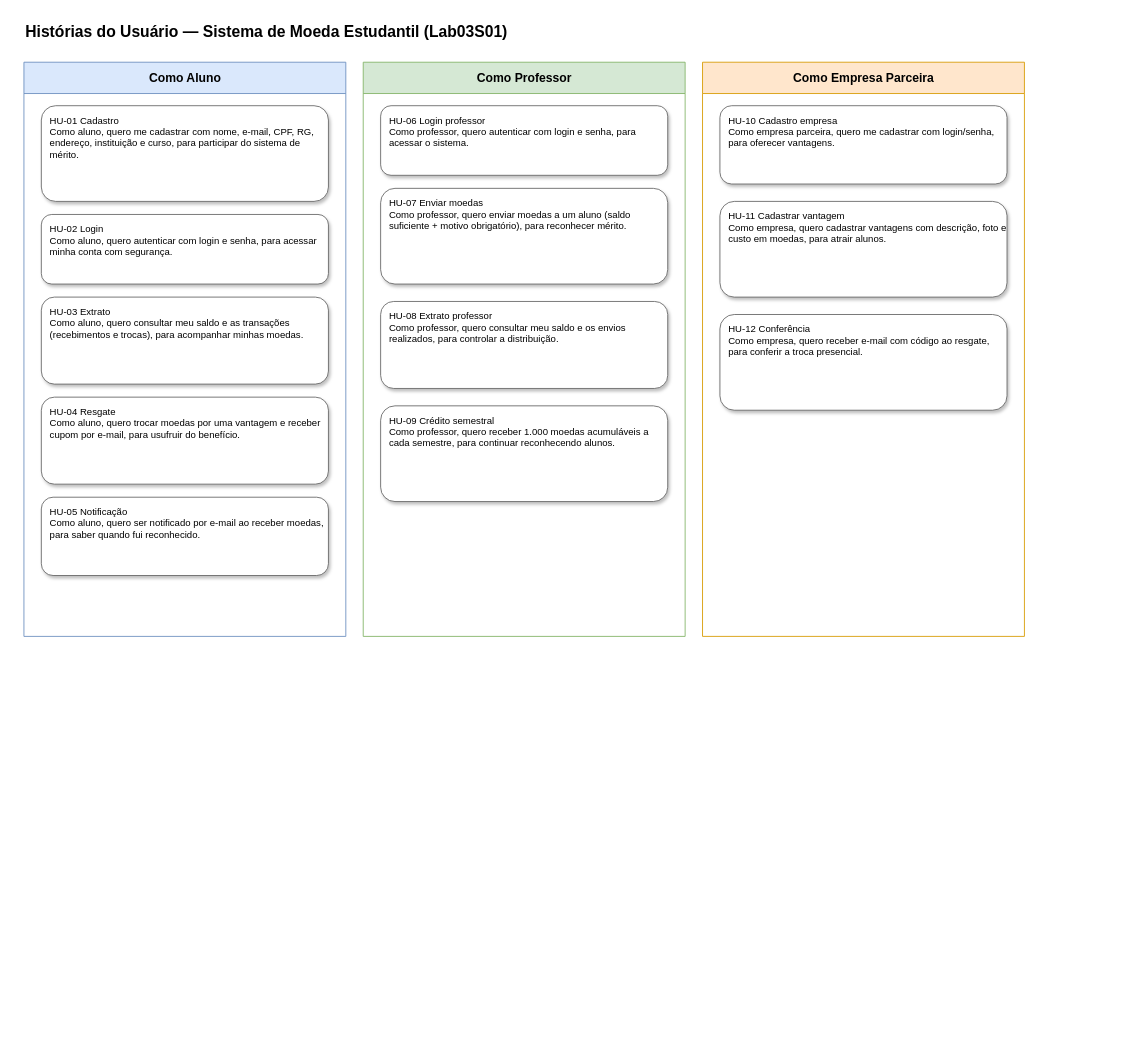
Earlier version of the draw.io diagram Diagramas/05-historias-do-usuario.drawio (Kennykiller36/Sistema-de-Moeda-Estudantil). Source tidied: cells renumbered, new cells numbered last; positions are measured from the earlier drawing's top-left corner, leaving out a move shared by most shapes. Both pictures are drawn from the tidied source at 87%, with x=0, y=0 at pixel (23, 18).
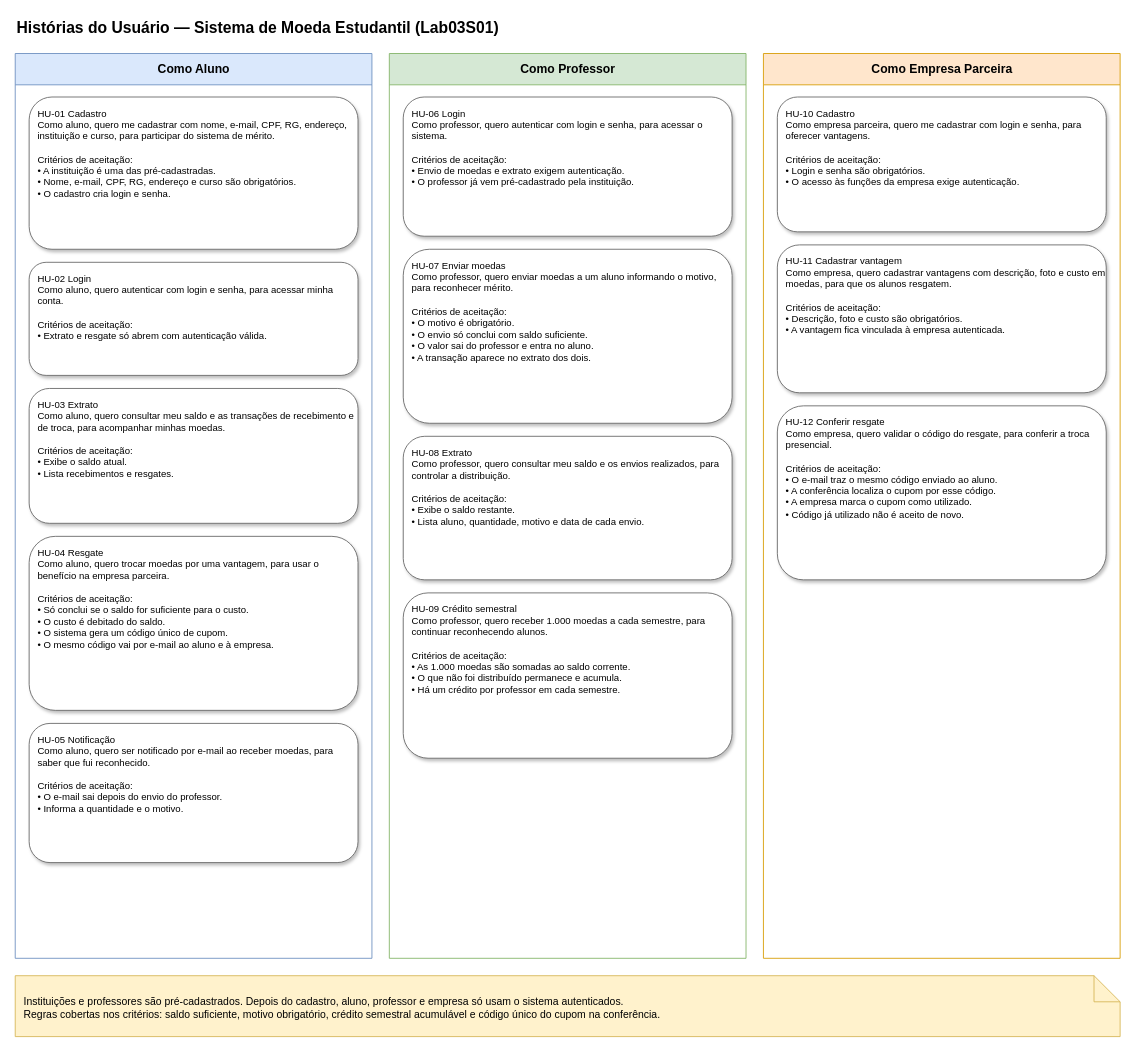
The same page after the edit.

Change to the diagram source:
```diff
@@
 <mxGraphModel>
   <root>
     <mxCell id="0" />
     <mxCell id="1" parent="0" />
     <mxCell id="2" value="Histórias do Usuário — Sistema de Moeda Estudantil (Lab03S01)" style="text;html=1;fontSize=18;fontStyle=1;align=left;verticalAlign=middle;" parent="1" vertex="1">
-      <mxGeometry width="900" height="30" as="geometry" />
+      <mxGeometry x="-10" y="-4" width="900" height="30" as="geometry" />
     </mxCell>
     <mxCell id="3" value="Como Aluno" style="swimlane;startSize=36;fillColor=#dae8fc;strokeColor=#6c8ebf;fontStyle=1;fontSize=14;html=1;" parent="1" vertex="1">
-      <mxGeometry y="50" width="370" height="660" as="geometry" />
+      <mxGeometry x="-10" y="40" width="410" height="1040" as="geometry" />
     </mxCell>
     <mxCell id="4" value="Como Professor" style="swimlane;startSize=36;fillColor=#d5e8d4;strokeColor=#82b366;fontStyle=1;fontSize=14;html=1;" parent="1" vertex="1">
-      <mxGeometry x="390" y="50" width="370" height="660" as="geometry" />
+      <mxGeometry x="420" y="40" width="410" height="1040" as="geometry" />
     </mxCell>
     <mxCell id="5" value="Como Empresa Parceira" style="swimlane;startSize=36;fillColor=#ffe6cc;strokeColor=#d79b00;fontStyle=1;fontSize=14;html=1;" parent="1" vertex="1">
-      <mxGeometry x="780" y="50" width="370" height="660" as="geometry" />
+      <mxGeometry x="850" y="40" width="410" height="1040" as="geometry" />
     </mxCell>
-    <mxCell id="6" value="HU-01 Cadastro&#10;Como aluno, quero me cadastrar com nome, e-mail, CPF, RG, endereço, instituição e curso, para participar do sistema de mérito." style="rounded=1;whiteSpace=wrap;html=1;align=left;verticalAlign=top;spacingLeft=8;spacingTop=4;fillColor=#ffffff;strokeColor=#666666;fontSize=11;shadow=1;" parent="3" vertex="1">
-      <mxGeometry x="20" y="50" width="330" height="110" as="geometry" />
+    <mxCell id="6" value="HU-01 Cadastro&#10;Como aluno, quero me cadastrar com nome, e-mail, CPF, RG, endereço, instituição e curso, para participar do sistema de mérito.&#10;&#10;Critérios de aceitação:&#10;• A instituição é uma das pré-cadastradas.&#10;• Nome, e-mail, CPF, RG, endereço e curso são obrigatórios.&#10;• O cadastro cria login e senha." style="rounded=1;whiteSpace=wrap;html=1;align=left;verticalAlign=top;spacingLeft=8;spacingTop=6;fillColor=#ffffff;strokeColor=#666666;fontSize=11;shadow=1;" parent="3" vertex="1">
+      <mxGeometry x="16" y="50" width="378" height="175" as="geometry" />
     </mxCell>
-    <mxCell id="7" value="HU-02 Login&#10;Como aluno, quero autenticar com login e senha, para acessar minha conta com segurança." style="rounded=1;whiteSpace=wrap;html=1;align=left;verticalAlign=top;spacingLeft=8;spacingTop=4;fillColor=#ffffff;strokeColor=#666666;fontSize=11;shadow=1;" parent="3" vertex="1">
-      <mxGeometry x="20" y="175" width="330" height="80" as="geometry" />
+    <mxCell id="7" value="HU-02 Login&#10;Como aluno, quero autenticar com login e senha, para acessar minha conta.&#10;&#10;Critérios de aceitação:&#10;• Extrato e resgate só abrem com autenticação válida." style="rounded=1;whiteSpace=wrap;html=1;align=left;verticalAlign=top;spacingLeft=8;spacingTop=6;fillColor=#ffffff;strokeColor=#666666;fontSize=11;shadow=1;" parent="3" vertex="1">
+      <mxGeometry x="16" y="240" width="378" height="130" as="geometry" />
     </mxCell>
-    <mxCell id="8" value="HU-03 Extrato&#10;Como aluno, quero consultar meu saldo e as transações (recebimentos e trocas), para acompanhar minhas moedas." style="rounded=1;whiteSpace=wrap;html=1;align=left;verticalAlign=top;spacingLeft=8;spacingTop=4;fillColor=#ffffff;strokeColor=#666666;fontSize=11;shadow=1;" parent="3" vertex="1">
-      <mxGeometry x="20" y="270" width="330" height="100" as="geometry" />
+    <mxCell id="8" value="HU-03 Extrato&#10;Como aluno, quero consultar meu saldo e as transações de recebimento e de troca, para acompanhar minhas moedas.&#10;&#10;Critérios de aceitação:&#10;• Exibe o saldo atual.&#10;• Lista recebimentos e resgates." style="rounded=1;whiteSpace=wrap;html=1;align=left;verticalAlign=top;spacingLeft=8;spacingTop=6;fillColor=#ffffff;strokeColor=#666666;fontSize=11;shadow=1;" parent="3" vertex="1">
+      <mxGeometry x="16" y="385" width="378" height="155" as="geometry" />
     </mxCell>
-    <mxCell id="9" value="HU-04 Resgate&#10;Como aluno, quero trocar moedas por uma vantagem e receber cupom por e-mail, para usufruir do benefício." style="rounded=1;whiteSpace=wrap;html=1;align=left;verticalAlign=top;spacingLeft=8;spacingTop=4;fillColor=#ffffff;strokeColor=#666666;fontSize=11;shadow=1;" parent="3" vertex="1">
-      <mxGeometry x="20" y="385" width="330" height="100" as="geometry" />
+    <mxCell id="9" value="HU-04 Resgate&#10;Como aluno, quero trocar moedas por uma vantagem, para usar o benefício na empresa parceira.&#10;&#10;Critérios de aceitação:&#10;• Só conclui se o saldo for suficiente para o custo.&#10;• O custo é debitado do saldo.&#10;• O sistema gera um código único de cupom.&#10;• O mesmo código vai por e-mail ao aluno e à empresa." style="rounded=1;whiteSpace=wrap;html=1;align=left;verticalAlign=top;spacingLeft=8;spacingTop=6;fillColor=#ffffff;strokeColor=#666666;fontSize=11;shadow=1;" parent="3" vertex="1">
+      <mxGeometry x="16" y="555" width="378" height="200" as="geometry" />
     </mxCell>
-    <mxCell id="10" value="HU-05 Notificação&#10;Como aluno, quero ser notificado por e-mail ao receber moedas, para saber quando fui reconhecido." style="rounded=1;whiteSpace=wrap;html=1;align=left;verticalAlign=top;spacingLeft=8;spacingTop=4;fillColor=#ffffff;strokeColor=#666666;fontSize=11;shadow=1;" parent="3" vertex="1">
-      <mxGeometry x="20" y="500" width="330" height="90" as="geometry" />
+    <mxCell id="10" value="HU-05 Notificação&#10;Como aluno, quero ser notificado por e-mail ao receber moedas, para saber que fui reconhecido.&#10;&#10;Critérios de aceitação:&#10;• O e-mail sai depois do envio do professor.&#10;• Informa a quantidade e o motivo." style="rounded=1;whiteSpace=wrap;html=1;align=left;verticalAlign=top;spacingLeft=8;spacingTop=6;fillColor=#ffffff;strokeColor=#666666;fontSize=11;shadow=1;" parent="3" vertex="1">
+      <mxGeometry x="16" y="770" width="378" height="160" as="geometry" />
     </mxCell>
-    <mxCell id="11" value="HU-06 Login professor&#10;Como professor, quero autenticar com login e senha, para acessar o sistema." style="rounded=1;whiteSpace=wrap;html=1;align=left;verticalAlign=top;spacingLeft=8;spacingTop=4;fillColor=#ffffff;strokeColor=#666666;fontSize=11;shadow=1;" parent="4" vertex="1">
-      <mxGeometry x="20" y="50" width="330" height="80" as="geometry" />
+    <mxCell id="11" value="HU-06 Login&#10;Como professor, quero autenticar com login e senha, para acessar o sistema.&#10;&#10;Critérios de aceitação:&#10;• Envio de moedas e extrato exigem autenticação.&#10;• O professor já vem pré-cadastrado pela instituição." style="rounded=1;whiteSpace=wrap;html=1;align=left;verticalAlign=top;spacingLeft=8;spacingTop=6;fillColor=#ffffff;strokeColor=#666666;fontSize=11;shadow=1;" parent="4" vertex="1">
+      <mxGeometry x="16" y="50" width="378" height="160" as="geometry" />
     </mxCell>
-    <mxCell id="12" value="HU-07 Enviar moedas&#10;Como professor, quero enviar moedas a um aluno (saldo suficiente + motivo obrigatório), para reconhecer mérito." style="rounded=1;whiteSpace=wrap;html=1;align=left;verticalAlign=top;spacingLeft=8;spacingTop=4;fillColor=#ffffff;strokeColor=#666666;fontSize=11;shadow=1;" parent="4" vertex="1">
-      <mxGeometry x="20" y="145" width="330" height="110" as="geometry" />
+    <mxCell id="12" value="HU-07 Enviar moedas&#10;Como professor, quero enviar moedas a um aluno informando o motivo, para reconhecer mérito.&#10;&#10;Critérios de aceitação:&#10;• O motivo é obrigatório.&#10;• O envio só conclui com saldo suficiente.&#10;• O valor sai do professor e entra no aluno.&#10;• A transação aparece no extrato dos dois." style="rounded=1;whiteSpace=wrap;html=1;align=left;verticalAlign=top;spacingLeft=8;spacingTop=6;fillColor=#ffffff;strokeColor=#666666;fontSize=11;shadow=1;" parent="4" vertex="1">
+      <mxGeometry x="16" y="225" width="378" height="200" as="geometry" />
     </mxCell>
-    <mxCell id="13" value="HU-08 Extrato professor&#10;Como professor, quero consultar meu saldo e os envios realizados, para controlar a distribuição." style="rounded=1;whiteSpace=wrap;html=1;align=left;verticalAlign=top;spacingLeft=8;spacingTop=4;fillColor=#ffffff;strokeColor=#666666;fontSize=11;shadow=1;" parent="4" vertex="1">
-      <mxGeometry x="20" y="275" width="330" height="100" as="geometry" />
+    <mxCell id="13" value="HU-08 Extrato&#10;Como professor, quero consultar meu saldo e os envios realizados, para controlar a distribuição.&#10;&#10;Critérios de aceitação:&#10;• Exibe o saldo restante.&#10;• Lista aluno, quantidade, motivo e data de cada envio." style="rounded=1;whiteSpace=wrap;html=1;align=left;verticalAlign=top;spacingLeft=8;spacingTop=6;fillColor=#ffffff;strokeColor=#666666;fontSize=11;shadow=1;" parent="4" vertex="1">
+      <mxGeometry x="16" y="440" width="378" height="165" as="geometry" />
     </mxCell>
-    <mxCell id="14" value="HU-09 Crédito semestral&#10;Como professor, quero receber 1.000 moedas acumuláveis a cada semestre, para continuar reconhecendo alunos." style="rounded=1;whiteSpace=wrap;html=1;align=left;verticalAlign=top;spacingLeft=8;spacingTop=4;fillColor=#ffffff;strokeColor=#666666;fontSize=11;shadow=1;" parent="4" vertex="1">
-      <mxGeometry x="20" y="395" width="330" height="110" as="geometry" />
+    <mxCell id="14" value="HU-09 Crédito semestral&#10;Como professor, quero receber 1.000 moedas a cada semestre, para continuar reconhecendo alunos.&#10;&#10;Critérios de aceitação:&#10;• As 1.000 moedas são somadas ao saldo corrente.&#10;• O que não foi distribuído permanece e acumula.&#10;• Há um crédito por professor em cada semestre." style="rounded=1;whiteSpace=wrap;html=1;align=left;verticalAlign=top;spacingLeft=8;spacingTop=6;fillColor=#ffffff;strokeColor=#666666;fontSize=11;shadow=1;" parent="4" vertex="1">
+      <mxGeometry x="16" y="620" width="378" height="190" as="geometry" />
     </mxCell>
-    <mxCell id="15" value="HU-10 Cadastro empresa&#10;Como empresa parceira, quero me cadastrar com login/senha, para oferecer vantagens." style="rounded=1;whiteSpace=wrap;html=1;align=left;verticalAlign=top;spacingLeft=8;spacingTop=4;fillColor=#ffffff;strokeColor=#666666;fontSize=11;shadow=1;" parent="5" vertex="1">
-      <mxGeometry x="20" y="50" width="330" height="90" as="geometry" />
+    <mxCell id="15" value="HU-10 Cadastro&#10;Como empresa parceira, quero me cadastrar com login e senha, para oferecer vantagens.&#10;&#10;Critérios de aceitação:&#10;• Login e senha são obrigatórios.&#10;• O acesso às funções da empresa exige autenticação." style="rounded=1;whiteSpace=wrap;html=1;align=left;verticalAlign=top;spacingLeft=8;spacingTop=6;fillColor=#ffffff;strokeColor=#666666;fontSize=11;shadow=1;" parent="5" vertex="1">
+      <mxGeometry x="16" y="50" width="378" height="155" as="geometry" />
     </mxCell>
-    <mxCell id="16" value="HU-11 Cadastrar vantagem&#10;Como empresa, quero cadastrar vantagens com descrição, foto e custo em moedas, para atrair alunos." style="rounded=1;whiteSpace=wrap;html=1;align=left;verticalAlign=top;spacingLeft=8;spacingTop=4;fillColor=#ffffff;strokeColor=#666666;fontSize=11;shadow=1;" parent="5" vertex="1">
-      <mxGeometry x="20" y="160" width="330" height="110" as="geometry" />
+    <mxCell id="16" value="HU-11 Cadastrar vantagem&#10;Como empresa, quero cadastrar vantagens com descrição, foto e custo em moedas, para que os alunos resgatem.&#10;&#10;Critérios de aceitação:&#10;• Descrição, foto e custo são obrigatórios.&#10;• A vantagem fica vinculada à empresa autenticada." style="rounded=1;whiteSpace=wrap;html=1;align=left;verticalAlign=top;spacingLeft=8;spacingTop=6;fillColor=#ffffff;strokeColor=#666666;fontSize=11;shadow=1;" parent="5" vertex="1">
+      <mxGeometry x="16" y="220" width="378" height="170" as="geometry" />
     </mxCell>
-    <mxCell id="17" value="HU-12 Conferência&#10;Como empresa, quero receber e-mail com código ao resgate, para conferir a troca presencial." style="rounded=1;whiteSpace=wrap;html=1;align=left;verticalAlign=top;spacingLeft=8;spacingTop=4;fillColor=#ffffff;strokeColor=#666666;fontSize=11;shadow=1;" parent="5" vertex="1">
-      <mxGeometry x="20" y="290" width="330" height="110" as="geometry" />
+    <mxCell id="17" value="HU-12 Conferir resgate&#10;Como empresa, quero validar o código do resgate, para conferir a troca presencial.&#10;&#10;Critérios de aceitação:&#10;• O e-mail traz o mesmo código enviado ao aluno.&#10;• A conferência localiza o cupom por esse código.&#10;• A empresa marca o cupom como utilizado.&#10;• Código já utilizado não é aceito de novo." style="rounded=1;whiteSpace=wrap;html=1;align=left;verticalAlign=top;spacingLeft=8;spacingTop=6;fillColor=#ffffff;strokeColor=#666666;fontSize=11;shadow=1;" parent="5" vertex="1">
+      <mxGeometry x="16" y="405" width="378" height="200" as="geometry" />
     </mxCell>
+    <mxCell id="18" value="Instituições e professores são pré-cadastrados. Depois do cadastro, aluno, professor e empresa só usam o sistema autenticados.&#10;Regras cobertas nos critérios: saldo suficiente, motivo obrigatório, crédito semestral acumulável e código único do cupom na conferência." style="shape=note;whiteSpace=wrap;html=1;fillColor=#fff2cc;strokeColor=#d6b656;align=left;spacingLeft=8;spacingTop=4;fontSize=12;" parent="1" vertex="1">
+      <mxGeometry x="-10" y="1100" width="1270" height="70" as="geometry" />
+    </mxCell>
   </root>
 </mxGraphModel>
```
